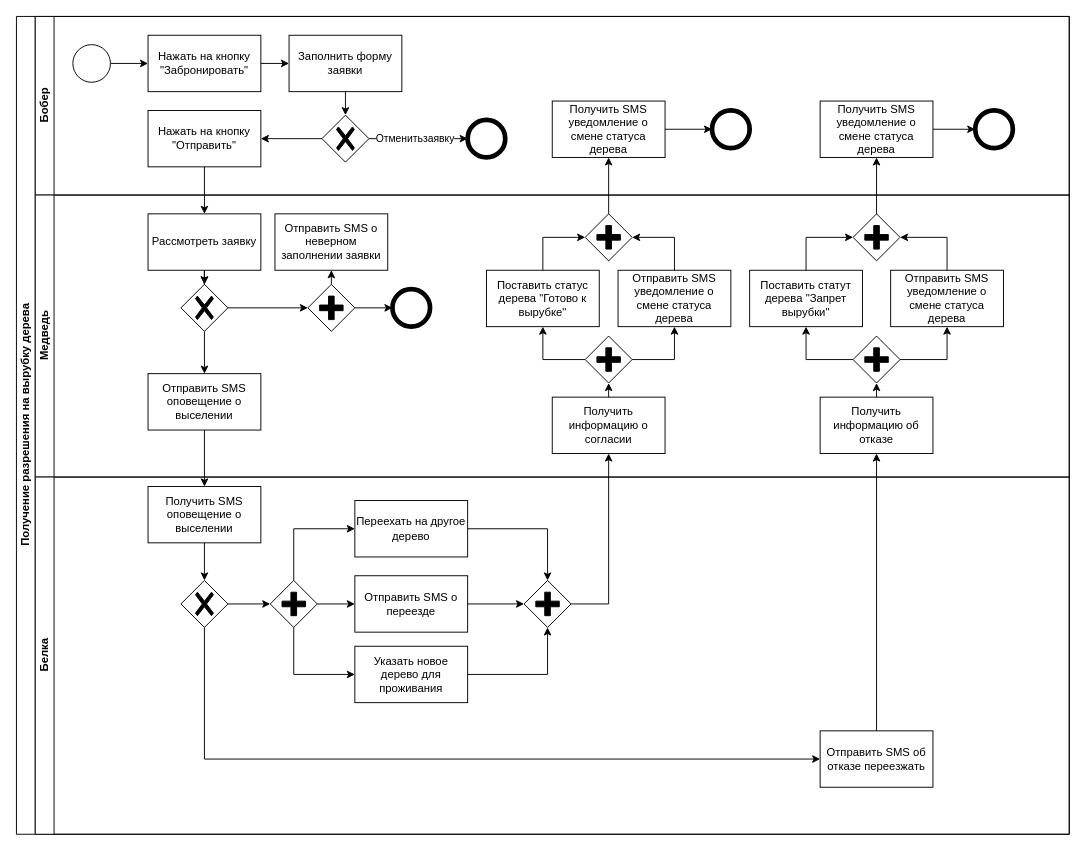
pytonuserouner/UML_study keeps this draw.io diagram as Диаграмма без названия.drawio. Above is the earlier version. Source tidied: cells renumbered, new cells numbered last; positions are measured from the earlier drawing's top-left corner, leaving out a move shared by most shapes. Both pictures are drawn from the tidied source at 94%, with x=0, y=0 at pixel (16, 16).
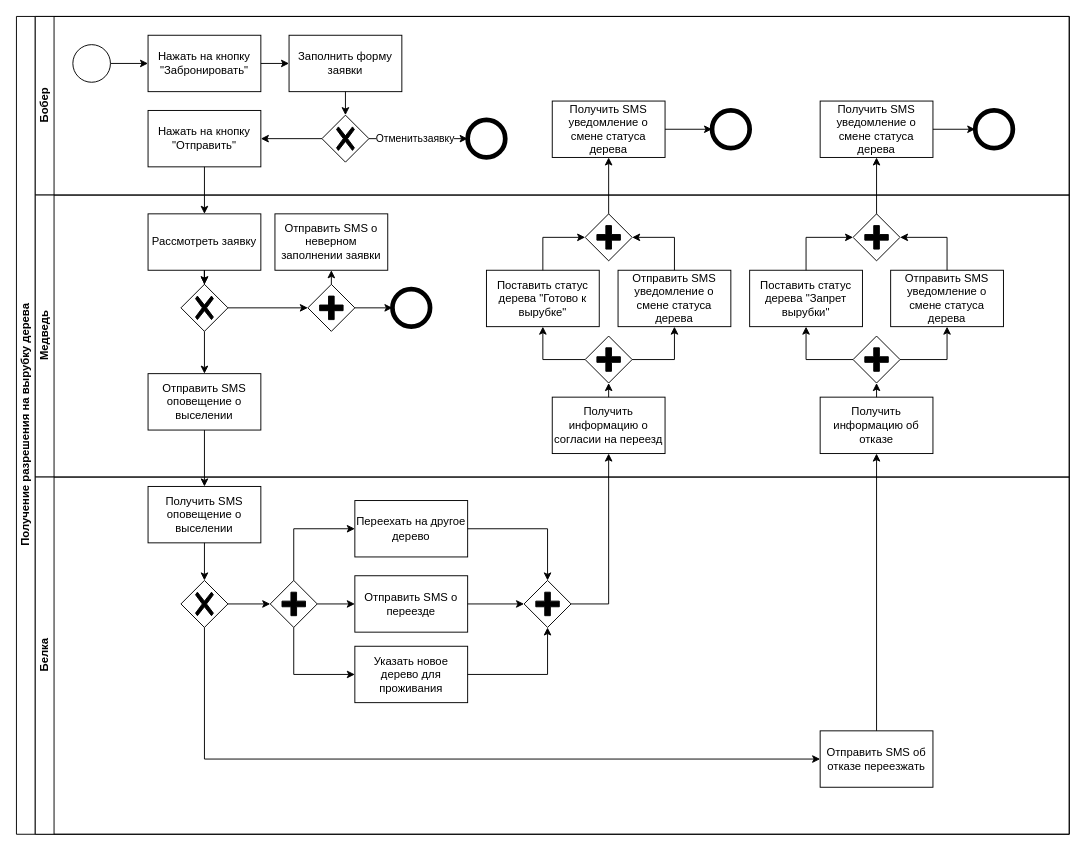
Above is the later version.

The change refers to these unchanged cells:
```xml
<mxCell id="24" value="Медведь" style="swimlane;html=1;startSize=20;horizontal=0;" parent="2" vertex="1">
  <mxGeometry x="20" y="190" width="1100" height="300" as="geometry" />
</mxCell>
```

Diff of the diagram source:
```diff
@@
-    <mxCell id="36" value="Получить информацию о согласии" style="rounded=0;whiteSpace=wrap;html=1;fontFamily=Helvetica;fontSize=12;fontColor=#000000;align=center;" parent="24" vertex="1">
+    <mxCell id="36" value="Получить информацию о согласии на переезд" style="rounded=0;whiteSpace=wrap;html=1;fontFamily=Helvetica;fontSize=12;fontColor=#000000;align=center;" parent="24" vertex="1">
       <mxGeometry x="550" y="215" width="120" height="60" as="geometry" />
     </mxCell>
@@
-    <mxCell id="48" value="Поставить статут дерева &quot;Запрет вырубки&quot;" style="rounded=0;whiteSpace=wrap;html=1;fontFamily=Helvetica;fontSize=12;fontColor=#000000;align=center;" parent="24" vertex="1">
+    <mxCell id="48" value="Поставить статус дерева &quot;Запрет вырубки&quot;" style="rounded=0;whiteSpace=wrap;html=1;fontFamily=Helvetica;fontSize=12;fontColor=#000000;align=center;" parent="24" vertex="1">
       <mxGeometry x="760" y="80" width="120" height="60" as="geometry" />
     </mxCell>
```
